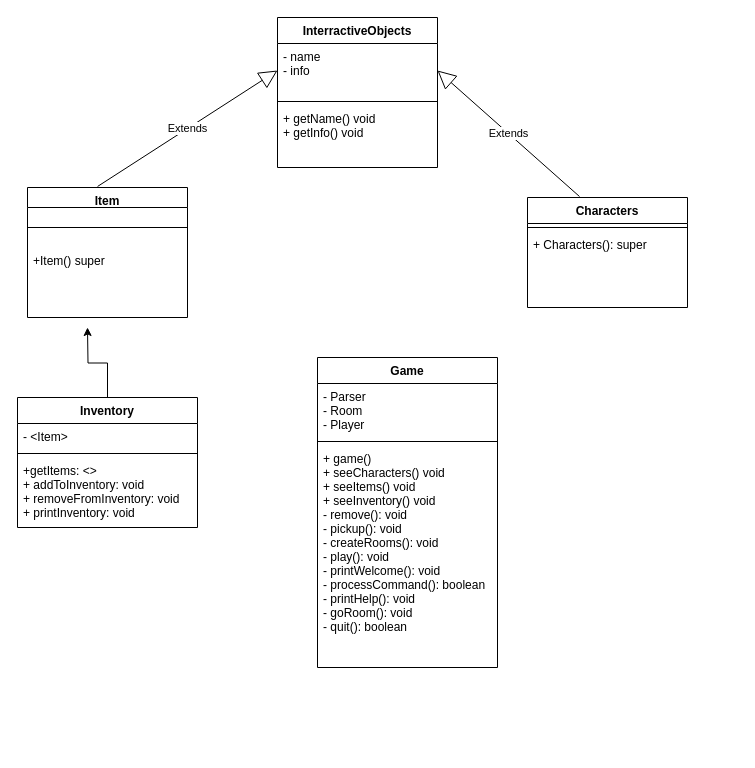
Above: ny UML.drawio in sival19/DenBedsteGruppe (draw.io), before the change. Source tidied: cells renumbered, new cells numbered last; positions are measured from the earlier drawing's top-left corner, leaving out a move shared by most shapes. Both pictures are drawn from the tidied source at 100%, with x=0, y=0 at pixel (17, 17).
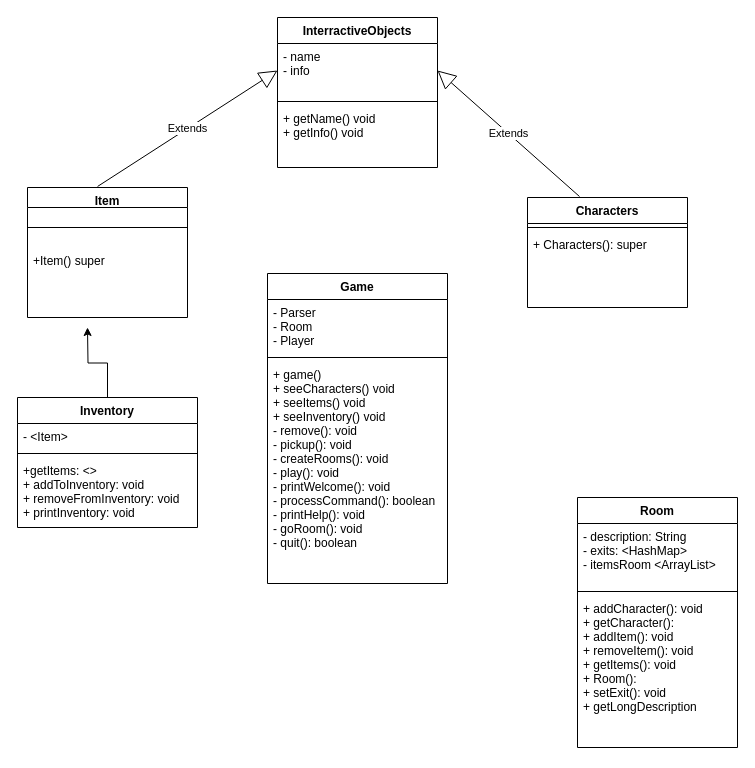
Above is the later version.

The edit, as a diff of the source:
```diff
@@
     <mxCell id="19" value="Game" style="swimlane;fontStyle=1;align=center;verticalAlign=top;horizontal=1;startSize=26;" parent="1" vertex="1">
-      <mxGeometry x="300" y="340" width="180" height="310" as="geometry" />
+      <mxGeometry x="250" y="256" width="180" height="310" as="geometry" />
     </mxCell>
@@
+    <mxCell id="23" value="Room" style="swimlane;fontStyle=1;align=center;verticalAlign=top;horizontal=1;startSize=26;" parent="1" vertex="1">
+      <mxGeometry x="560" y="480" width="160" height="250" as="geometry" />
+    </mxCell>
+    <mxCell id="24" value="- description: String&#10;- exits: &lt;HashMap&gt;&#10;- itemsRoom &lt;ArrayList&gt;" style="text;strokeColor=none;fillColor=none;align=left;verticalAlign=top;spacingLeft=4;spacingRight=4;overflow=hidden;" parent="23" vertex="1">
+      <mxGeometry y="26" width="160" height="64" as="geometry" />
+    </mxCell>
+    <mxCell id="25" style="line;strokeWidth=1;fillColor=none;align=left;verticalAlign=middle;spacingTop=-1;spacingLeft=3;spacingRight=3;labelPosition=right;" parent="23" vertex="1">
+      <mxGeometry y="90" width="160" height="8" as="geometry" />
+    </mxCell>
+    <mxCell id="26" value="+ addCharacter(): void&#10;+ getCharacter(): &#10;+ addItem(): void&#10;+ removeItem(): void&#10;+ getItems(): void&#10;+ Room():&#10;+ setExit(): void&#10;+ getLongDescription" style="text;strokeColor=none;fillColor=none;align=left;verticalAlign=top;spacingLeft=4;spacingRight=4;overflow=hidden;" parent="23" vertex="1">
+      <mxGeometry y="98" width="160" height="152" as="geometry" />
+    </mxCell>
```
